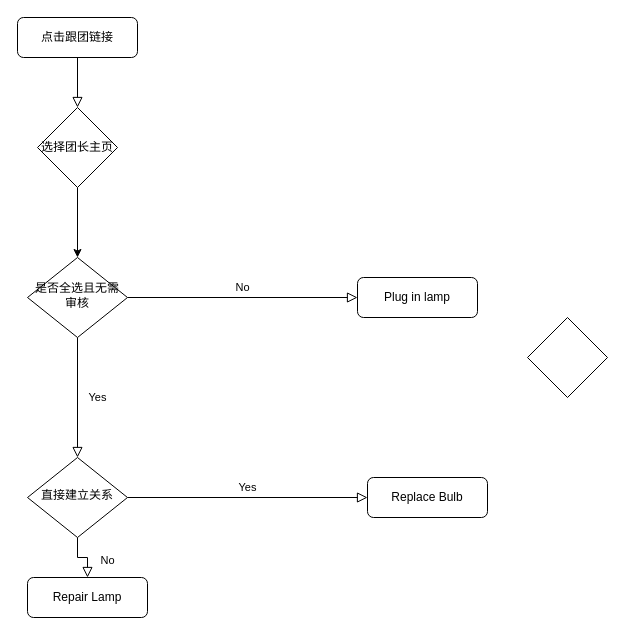
Earlier version of the draw.io diagram 活动跟团关系管理.drawio (Luffybaga/draw). Source tidied: cells renumbered, new cells numbered last; positions are measured from the earlier drawing's top-left corner, leaving out a move shared by most shapes. Both pictures are drawn from the tidied source at 100%, with x=0, y=0 at pixel (17, 17).
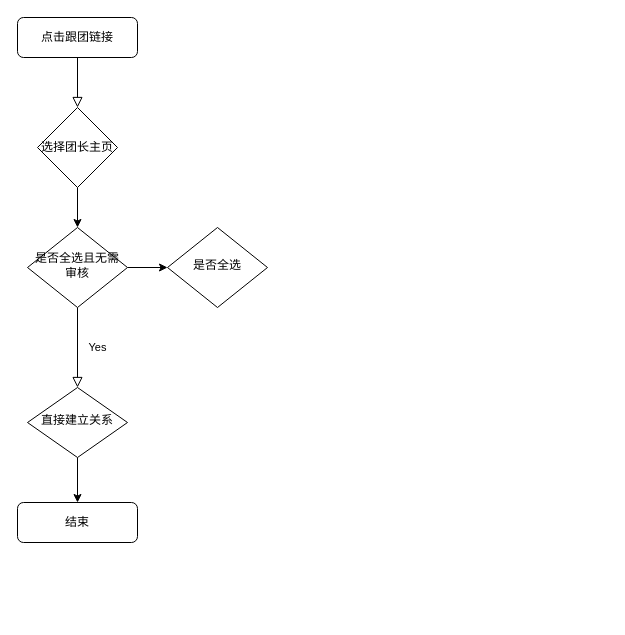
The same page after the edit.

Commit message:
更新活动跟团关系管理.drawio

The edit, as a diff of the source:
```diff
@@
 <mxGraphModel>
   <root>
     <mxCell id="0" />
     <mxCell id="1" parent="0" />
     <mxCell id="2" style="rounded=0;html=1;jettySize=auto;fontSize=11;endArrow=block;endFill=0;endSize=8;strokeWidth=1;shadow=0;labelBackgroundColor=none;edgeStyle=orthogonalEdgeStyle;entryX=0.5;entryY=0;entryDx=0;entryDy=0;" parent="1" edge="1" source="3" target="15">
       <mxGeometry relative="1" as="geometry" />
     </mxCell>
     <mxCell id="3" value="点击跟团链接" style="rounded=1;whiteSpace=wrap;html=1;fontSize=12;glass=0;strokeWidth=1;shadow=0;" parent="1" vertex="1">
       <mxGeometry width="120" height="40" as="geometry" />
     </mxCell>
     <mxCell id="4" value="Yes" style="rounded=0;html=1;jettySize=auto;fontSize=11;endArrow=block;endFill=0;endSize=8;strokeWidth=1;shadow=0;labelBackgroundColor=none;edgeStyle=orthogonalEdgeStyle;" parent="1" edge="1" source="6" target="10">
       <mxGeometry y="20" relative="1" as="geometry" />
     </mxCell>
-    <mxCell id="5" value="No" style="edgeStyle=orthogonalEdgeStyle;rounded=0;html=1;jettySize=auto;fontSize=11;endArrow=block;endFill=0;endSize=8;strokeWidth=1;shadow=0;labelBackgroundColor=none;" parent="1" edge="1" source="6" target="7">
-      <mxGeometry y="10" relative="1" as="geometry" />
-    </mxCell>
+    <mxCell id="16" style="edgeStyle=orthogonalEdgeStyle;rounded=0;jettySize=auto;html=1;" parent="1" edge="1" source="6" target="17">
+      <mxGeometry relative="1" as="geometry" />
+    </mxCell>
     <mxCell id="6" value="是否全选且无需审核" style="rhombus;whiteSpace=wrap;html=1;shadow=0;fontFamily=Helvetica;fontSize=12;align=center;strokeWidth=1;spacing=6;spacingTop=-4;" parent="1" vertex="1">
-      <mxGeometry x="10" y="240" width="100" height="80" as="geometry" />
+      <mxGeometry x="10" y="210" width="100" height="80" as="geometry" />
     </mxCell>
-    <mxCell id="7" value="Plug in lamp" style="rounded=1;whiteSpace=wrap;html=1;fontSize=12;glass=0;strokeWidth=1;shadow=0;" parent="1" vertex="1">
-      <mxGeometry x="340" y="260" width="120" height="40" as="geometry" />
-    </mxCell>
-    <mxCell id="8" value="No" style="rounded=0;html=1;jettySize=auto;fontSize=11;endArrow=block;endFill=0;endSize=8;strokeWidth=1;shadow=0;labelBackgroundColor=none;edgeStyle=orthogonalEdgeStyle;" parent="1" edge="1" source="10" target="11">
-      <mxGeometry x="0.33" y="20" relative="1" as="geometry" />
+    <mxCell id="8" style="edgeStyle=orthogonalEdgeStyle;rounded=0;jettySize=auto;html=1;entryX=0.5;entryY=0;entryDx=0;entryDy=0;" parent="1" edge="1" source="10" target="11">
+      <mxGeometry relative="1" as="geometry" />
     </mxCell>
-    <mxCell id="9" value="Yes" style="edgeStyle=orthogonalEdgeStyle;rounded=0;html=1;jettySize=auto;fontSize=11;endArrow=block;endFill=0;endSize=8;strokeWidth=1;shadow=0;labelBackgroundColor=none;" parent="1" edge="1" source="10" target="12">
-      <mxGeometry y="10" relative="1" as="geometry" />
-    </mxCell>
     <mxCell id="10" value="直接建立关系" style="rhombus;whiteSpace=wrap;html=1;shadow=0;fontFamily=Helvetica;fontSize=12;align=center;strokeWidth=1;spacing=6;spacingTop=-4;" parent="1" vertex="1">
-      <mxGeometry x="10" y="440" width="100" height="80" as="geometry" />
+      <mxGeometry x="10" y="370" width="100" height="70" as="geometry" />
     </mxCell>
-    <mxCell id="11" value="Repair Lamp" style="rounded=1;whiteSpace=wrap;html=1;fontSize=12;glass=0;strokeWidth=1;shadow=0;" parent="1" vertex="1">
-      <mxGeometry x="10" y="560" width="120" height="40" as="geometry" />
+    <mxCell id="11" value="结束" style="rounded=1;whiteSpace=wrap;html=1;fontSize=12;glass=0;strokeWidth=1;shadow=0;" parent="1" vertex="1">
+      <mxGeometry y="485" width="120" height="40" as="geometry" />
     </mxCell>
-    <mxCell id="12" value="Replace Bulb" style="rounded=1;whiteSpace=wrap;html=1;fontSize=12;glass=0;strokeWidth=1;shadow=0;" parent="1" vertex="1">
-      <mxGeometry x="350" y="460" width="120" height="40" as="geometry" />
-    </mxCell>
-    <mxCell id="13" style="rhombus;whiteSpace=wrap;html=1;" parent="1" vertex="1">
-      <mxGeometry x="510" y="300" width="80" height="80" as="geometry" />
-    </mxCell>
     <mxCell id="14" style="edgeStyle=orthogonalEdgeStyle;rounded=0;jettySize=auto;html=1;exitX=0.5;exitY=1;exitDx=0;exitDy=0;entryX=0.5;entryY=0;entryDx=0;entryDy=0;" parent="1" edge="1" source="15" target="6">
       <mxGeometry relative="1" as="geometry" />
     </mxCell>
     <mxCell id="15" value="选择团长主页" style="rhombus;whiteSpace=wrap;html=1;" parent="1" vertex="1">
       <mxGeometry x="20" y="90" width="80" height="80" as="geometry" />
     </mxCell>
+    <mxCell id="17" value="是否全选" style="rhombus;whiteSpace=wrap;html=1;shadow=0;fontFamily=Helvetica;fontSize=12;align=center;strokeWidth=1;spacing=6;spacingTop=-4;" parent="1" vertex="1">
+      <mxGeometry x="150" y="210" width="100" height="80" as="geometry" />
+    </mxCell>
   </root>
 </mxGraphModel>
```
